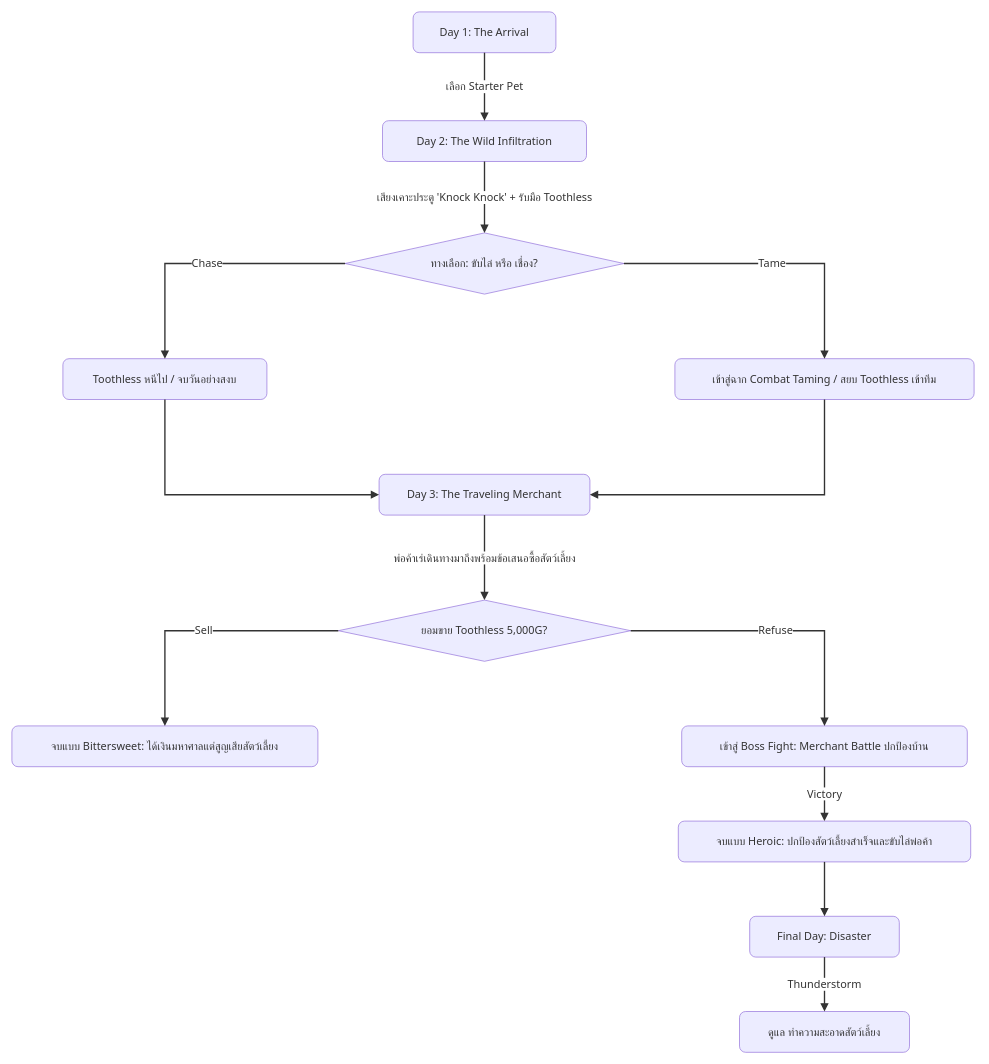
Earlier version of the draw.io diagram BEPAL/Docs/GDD/diagrams/narrative-days.drawio (SShoww/CoProjectBepal). Source tidied: cells renumbered, new cells numbered last; positions are measured from the earlier drawing's top-left corner, leaving out a move shared by most shapes. Both pictures are drawn from the tidied source at 68%, with x=0, y=0 at pixel (12, 12).
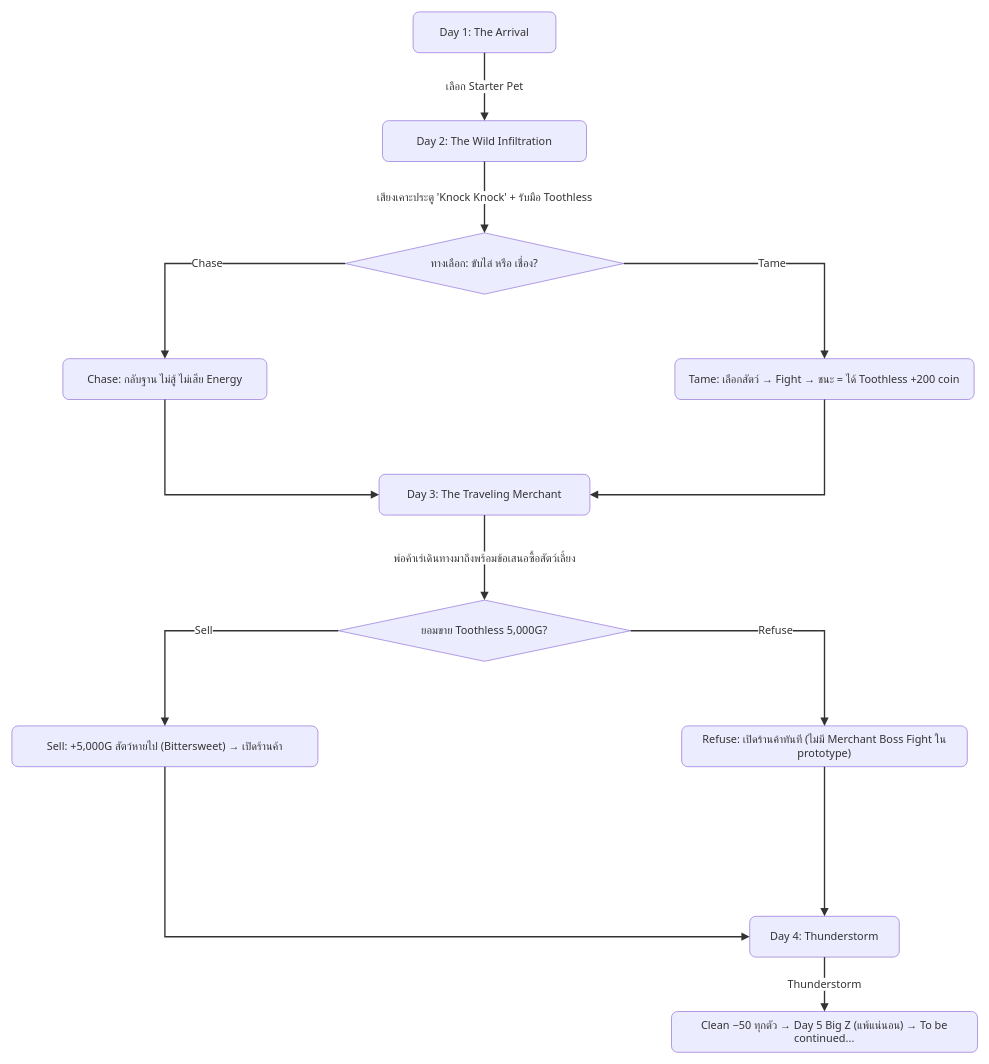
The same diagram, later.

What changed in the source:
```diff
@@
-    <mxCell id="5" value="Toothless หนีไป / จบวันอย่างสงบ" style="html=1;whiteSpace=wrap;strokeWidth=1;fillColor=light-dark(#ECECFF,#1f2020);strokeColor=light-dark(#9370DB,#cccccc);fontColor=light-dark(#333333,#cccccc);fontFamily=Tahoma,Leelawadee UI,Trebuchet MS,sans-serif;fontSize=16;rounded=1;" parent="1" vertex="1">
+    <mxCell id="5" value="Chase: กลับฐาน ไม่สู้ ไม่เสีย Energy" style="html=1;whiteSpace=wrap;strokeWidth=1;fillColor=light-dark(#ECECFF,#1f2020);strokeColor=light-dark(#9370DB,#cccccc);fontColor=light-dark(#333333,#cccccc);fontFamily=Tahoma,Leelawadee UI,Trebuchet MS,sans-serif;fontSize=16;rounded=1;" parent="1" vertex="1">
       <mxGeometry x="75" y="510" width="300" height="60" as="geometry" />
     </mxCell>
-    <mxCell id="6" value="เข้าสู่ฉาก Combat Taming / สยบ Toothless เข้าทีม" style="html=1;whiteSpace=wrap;strokeWidth=1;fillColor=light-dark(#ECECFF,#1f2020);strokeColor=light-dark(#9370DB,#cccccc);fontColor=light-dark(#333333,#cccccc);fontFamily=Tahoma,Leelawadee UI,Trebuchet MS,sans-serif;fontSize=16;rounded=1;" parent="1" vertex="1">
+    <mxCell id="6" value="Tame: เลือกสัตว์ → Fight → ชนะ = ได้ Toothless +200 coin" style="html=1;whiteSpace=wrap;strokeWidth=1;fillColor=light-dark(#ECECFF,#1f2020);strokeColor=light-dark(#9370DB,#cccccc);fontColor=light-dark(#333333,#cccccc);fontFamily=Tahoma,Leelawadee UI,Trebuchet MS,sans-serif;fontSize=16;rounded=1;" parent="1" vertex="1">
       <mxGeometry x="975" y="510" width="440" height="60" as="geometry" />
     </mxCell>
@@
-    <mxCell id="9" value="จบแบบ Bittersweet: ได้เงินมหาศาลแต่สูญเสียสัตว์เลี้ยง" style="html=1;whiteSpace=wrap;strokeWidth=1;fillColor=light-dark(#ECECFF,#1f2020);strokeColor=light-dark(#9370DB,#cccccc);fontColor=light-dark(#333333,#cccccc);fontFamily=Tahoma,Leelawadee UI,Trebuchet MS,sans-serif;fontSize=16;rounded=1;" parent="1" vertex="1">
+    <mxCell id="9" value="Sell: +5,000G สัตว์หายไป (Bittersweet) → เปิดร้านค้า" style="html=1;whiteSpace=wrap;strokeWidth=1;fillColor=light-dark(#ECECFF,#1f2020);strokeColor=light-dark(#9370DB,#cccccc);fontColor=light-dark(#333333,#cccccc);fontFamily=Tahoma,Leelawadee UI,Trebuchet MS,sans-serif;fontSize=16;rounded=1;" parent="1" vertex="1">
       <mxGeometry y="1050" width="450" height="60" as="geometry" />
     </mxCell>
-    <mxCell id="10" value="เข้าสู่ Boss Fight: Merchant Battle ปกป้องบ้าน" style="html=1;whiteSpace=wrap;strokeWidth=1;fillColor=light-dark(#ECECFF,#1f2020);strokeColor=light-dark(#9370DB,#cccccc);fontColor=light-dark(#333333,#cccccc);fontFamily=Tahoma,Leelawadee UI,Trebuchet MS,sans-serif;fontSize=16;rounded=1;" parent="1" vertex="1">
+    <mxCell id="10" value="Refuse: เปิดร้านค้าทันที (ไม่มี Merchant Boss Fight ใน prototype)" style="html=1;whiteSpace=wrap;strokeWidth=1;fillColor=light-dark(#ECECFF,#1f2020);strokeColor=light-dark(#9370DB,#cccccc);fontColor=light-dark(#333333,#cccccc);fontFamily=Tahoma,Leelawadee UI,Trebuchet MS,sans-serif;fontSize=16;rounded=1;" parent="1" vertex="1">
       <mxGeometry x="985" y="1050" width="420" height="60" as="geometry" />
     </mxCell>
-    <mxCell id="11" value="จบแบบ Heroic: ปกป้องสัตว์เลี้ยงสำเร็จและขับไล่พ่อค้า" style="html=1;whiteSpace=wrap;strokeWidth=1;fillColor=light-dark(#ECECFF,#1f2020);strokeColor=light-dark(#9370DB,#cccccc);fontColor=light-dark(#333333,#cccccc);fontFamily=Tahoma,Leelawadee UI,Trebuchet MS,sans-serif;fontSize=16;rounded=1;" parent="1" vertex="1">
-      <mxGeometry x="980" y="1190" width="430" height="60" as="geometry" />
-    </mxCell>
-    <mxCell id="12" value="Final Day: Disaster" style="html=1;whiteSpace=wrap;strokeWidth=1;fillColor=light-dark(#ECECFF,#1f2020);strokeColor=light-dark(#9370DB,#cccccc);fontColor=light-dark(#333333,#cccccc);fontFamily=Tahoma,Leelawadee UI,Trebuchet MS,sans-serif;fontSize=16;rounded=1;" parent="1" vertex="1">
+    <mxCell id="12" value="Day 4: Thunderstorm" style="html=1;whiteSpace=wrap;strokeWidth=1;fillColor=light-dark(#ECECFF,#1f2020);strokeColor=light-dark(#9370DB,#cccccc);fontColor=light-dark(#333333,#cccccc);fontFamily=Tahoma,Leelawadee UI,Trebuchet MS,sans-serif;fontSize=16;rounded=1;" parent="1" vertex="1">
       <mxGeometry x="1085" y="1330" width="220" height="60" as="geometry" />
     </mxCell>
-    <mxCell id="13" value="ดูแล ทำความสะอาดสัตว์เลี้ยง" style="html=1;whiteSpace=wrap;strokeWidth=1;fillColor=light-dark(#ECECFF,#1f2020);strokeColor=light-dark(#9370DB,#cccccc);fontColor=light-dark(#333333,#cccccc);fontFamily=Tahoma,Leelawadee UI,Trebuchet MS,sans-serif;fontSize=16;rounded=1;" parent="1" vertex="1">
-      <mxGeometry x="1070" y="1470" width="250" height="60" as="geometry" />
+    <mxCell id="13" value="Clean −50 ทุกตัว → Day 5 Big Z (แพ้แน่นอน) → To be continued..." style="html=1;whiteSpace=wrap;strokeWidth=1;fillColor=light-dark(#ECECFF,#1f2020);strokeColor=light-dark(#9370DB,#cccccc);fontColor=light-dark(#333333,#cccccc);fontFamily=Tahoma,Leelawadee UI,Trebuchet MS,sans-serif;fontSize=16;rounded=1;" parent="1" vertex="1">
+      <mxGeometry x="970" y="1470" width="450" height="60" as="geometry" />
     </mxCell>
@@
-    <mxCell id="23" value="Victory" style="edgeStyle=orthogonalEdgeStyle;rounded=0;html=1;startArrow=none;endArrow=block;endSize=7;strokeWidth=2;strokeColor=light-dark(#333333,#cccccc);labelBackgroundColor=default;fontColor=light-dark(#333333,#cccccc);fontFamily=Tahoma,Leelawadee UI,Trebuchet MS,sans-serif;fontSize=16;exitX=0.5;exitY=1;exitDx=0;exitDy=0;entryX=0.5;entryY=0;entryDx=0;entryDy=0;" parent="1" edge="1" source="10" target="11">
-      <mxGeometry relative="1" as="geometry" />
-    </mxCell>
-    <mxCell id="24" style="edgeStyle=orthogonalEdgeStyle;rounded=0;html=1;startArrow=none;endArrow=block;endSize=7;strokeWidth=2;strokeColor=light-dark(#333333,#cccccc);labelBackgroundColor=default;fontColor=light-dark(#333333,#cccccc);fontFamily=Tahoma,Leelawadee UI,Trebuchet MS,sans-serif;fontSize=16;exitX=0.5;exitY=1;exitDx=0;exitDy=0;entryX=0.5;entryY=0;entryDx=0;entryDy=0;" parent="1" edge="1" source="11" target="12">
+    <mxCell id="24" style="edgeStyle=orthogonalEdgeStyle;rounded=0;html=1;startArrow=none;endArrow=block;endSize=7;strokeWidth=2;strokeColor=light-dark(#333333,#cccccc);labelBackgroundColor=default;fontColor=light-dark(#333333,#cccccc);fontFamily=Tahoma,Leelawadee UI,Trebuchet MS,sans-serif;fontSize=16;exitX=0.5;exitY=1;exitDx=0;exitDy=0;entryX=0.5;entryY=0;entryDx=0;entryDy=0;" parent="1" edge="1" source="10" target="12">
       <mxGeometry relative="1" as="geometry" />
     </mxCell>
@@
+    <mxCell id="26" style="edgeStyle=orthogonalEdgeStyle;rounded=0;html=1;startArrow=none;endArrow=block;endSize=7;strokeWidth=2;strokeColor=light-dark(#333333,#cccccc);labelBackgroundColor=default;fontColor=light-dark(#333333,#cccccc);fontFamily=Tahoma,Leelawadee UI,Trebuchet MS,sans-serif;fontSize=16;exitX=0.5;exitY=1;exitDx=0;exitDy=0;entryX=0;entryY=0.5;entryDx=0;entryDy=0;" parent="1" edge="1" source="9" target="12">
+      <mxGeometry relative="1" as="geometry">
+        <Array as="points">
+          <mxPoint x="225" y="1360" />
+        </Array>
+      </mxGeometry>
+    </mxCell>
```
